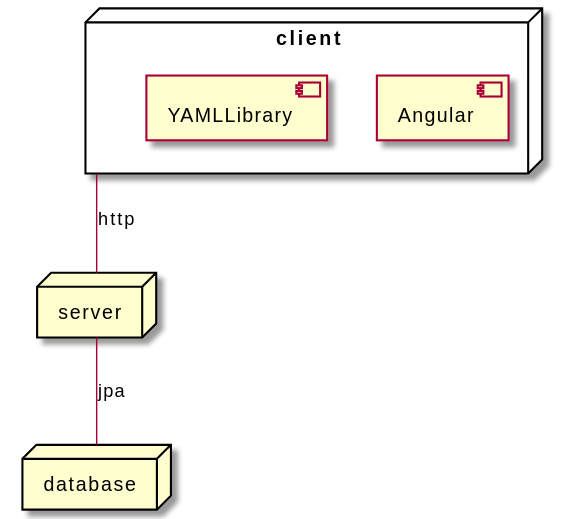
The PlantUML diagram docs/diagrams/out/design/deployView.svg in x-USantaTecla-project-ustUML/requirements, before a commit. Source of this version:
```plantuml
@startuml
node client {
    component Angular
    component YAMLLibrary
}

node server
node database

client -- server: http
server -- database: jpa
@enduml
```
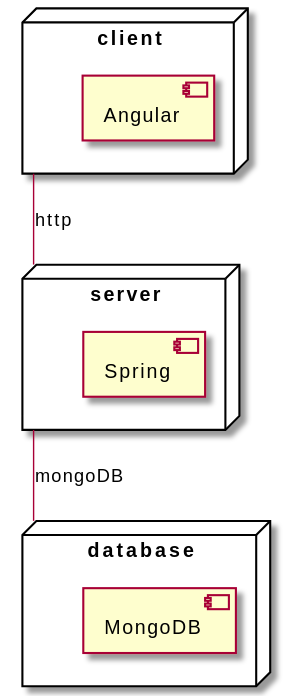
The same diagram one commit later.

Change to the diagram source:
```diff
@@ -1,12 +1,16 @@
 @startuml
 node client {
     component Angular
-    component YAMLLibrary
 }
 
-node server
-node database
+node server {
+    component Spring
+}
 
-client -- server: http
-server -- database: jpa
+node database {
+    component MongoDB
+}
+
+client -down- server: http
+server -down- database: mongoDB
 @enduml
```
